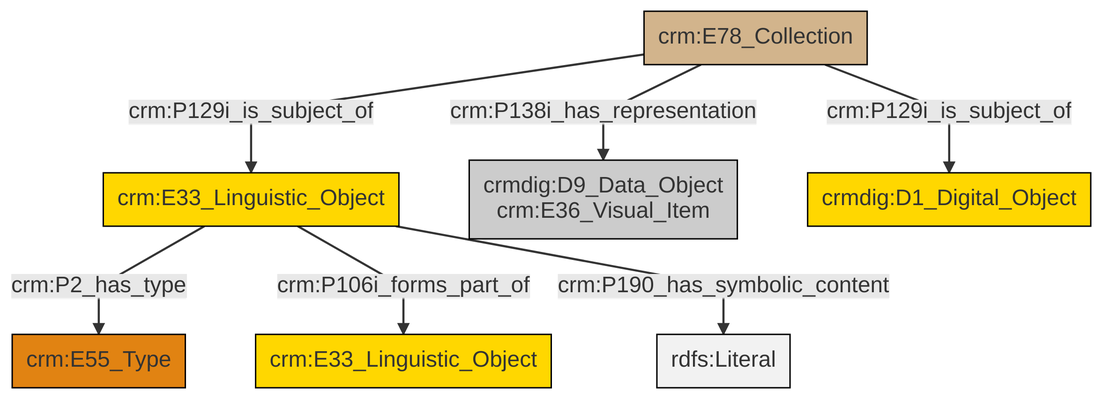
Above: et/archivalCSV/ttl/mmd/png/archival_docs.png in swiss-art-research-net/docs.swissartresearch (Mermaid), before the change. Its source is kept beside it as et/archivalCSV/ttl/mmd/archival_docs.ttl.mmd.
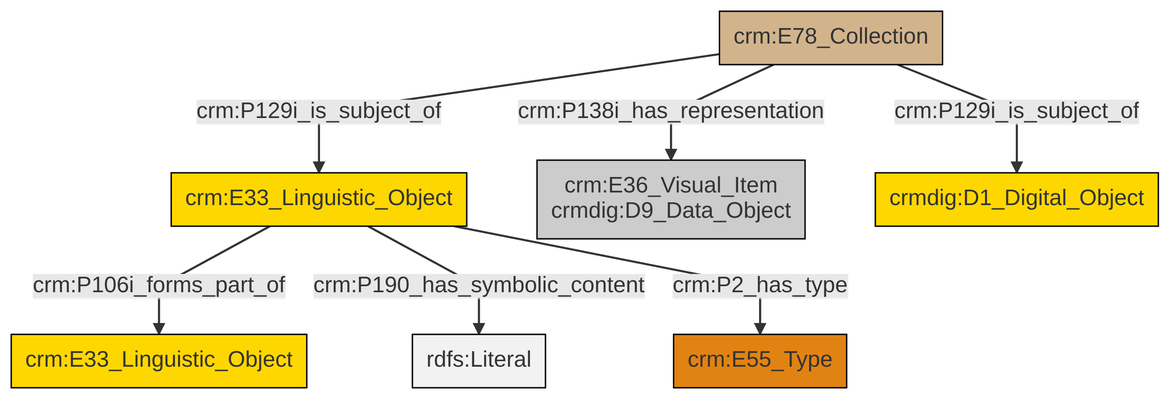
After the commit.

The edit, as a diff of the source:
```diff
@@ -13,9 +13,9 @@
 classDef PC_Classes fill:#4ce600, stroke:#000000;
 classDef Multi fill:#cccccc,stroke:#000000;
 
-0["crm:E33_Linguistic_Object"]:::Conceptual_Object -->|crm:P2_has_type| 2["crm:E55_Type"]:::Type
-6["crm:E78_Collection"]:::Physical_Thing -->|crm:P138i_has_representation| 4["crmdig:D9_Data_Object<br>crm:E36_Visual_Item"]:::Multi
-6["crm:E78_Collection"]:::Physical_Thing -->|crm:P129i_is_subject_of| 0["crm:E33_Linguistic_Object"]:::Conceptual_Object
-0["crm:E33_Linguistic_Object"]:::Conceptual_Object -->|crm:P106i_forms_part_of| 7["crm:E33_Linguistic_Object"]:::Conceptual_Object
-0["crm:E33_Linguistic_Object"]:::Conceptual_Object -->|crm:P190_has_symbolic_content| 9[rdfs:Literal]:::Literal
-6["crm:E78_Collection"]:::Physical_Thing -->|crm:P129i_is_subject_of| 13["crmdig:D1_Digital_Object"]:::Conceptual_Object
+2["crm:E33_Linguistic_Object"]:::Conceptual_Object -->|crm:P106i_forms_part_of| 3["crm:E33_Linguistic_Object"]:::Conceptual_Object
+2["crm:E33_Linguistic_Object"]:::Conceptual_Object -->|crm:P190_has_symbolic_content| 8[rdfs:Literal]:::Literal
+2["crm:E33_Linguistic_Object"]:::Conceptual_Object -->|crm:P2_has_type| 0["crm:E55_Type"]:::Type
+9["crm:E78_Collection"]:::Physical_Thing -->|crm:P129i_is_subject_of| 2["crm:E33_Linguistic_Object"]:::Conceptual_Object
+9["crm:E78_Collection"]:::Physical_Thing -->|crm:P138i_has_representation| 5["crm:E36_Visual_Item<br>crmdig:D9_Data_Object"]:::Multi
+9["crm:E78_Collection"]:::Physical_Thing -->|crm:P129i_is_subject_of| 11["crmdig:D1_Digital_Object"]:::Conceptual_Object
```
